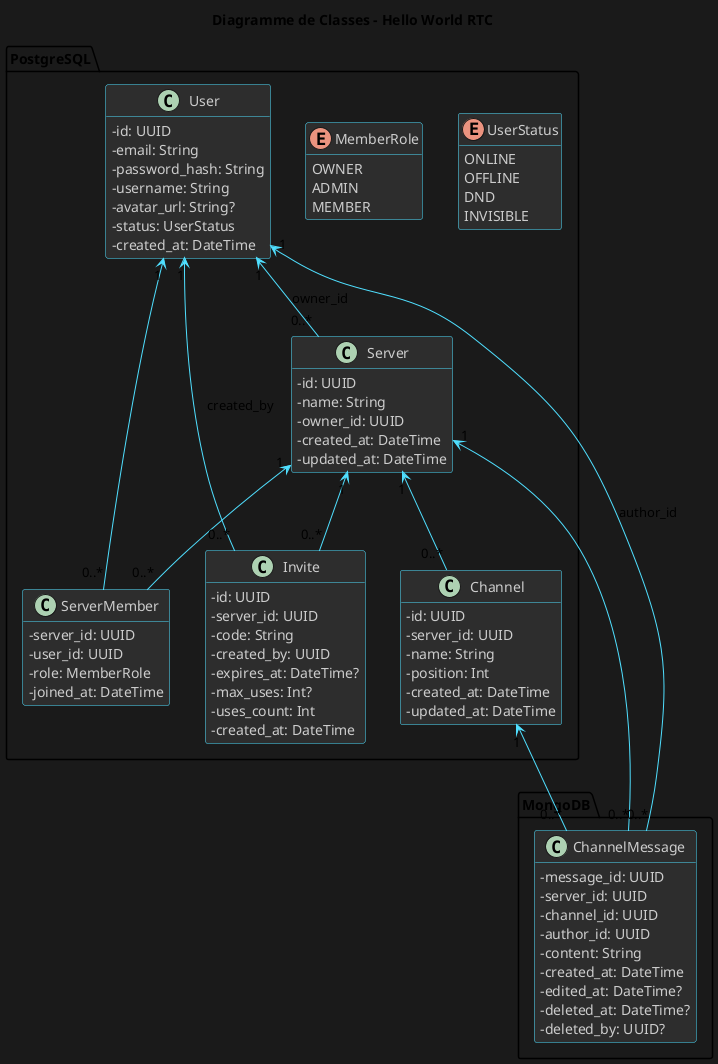
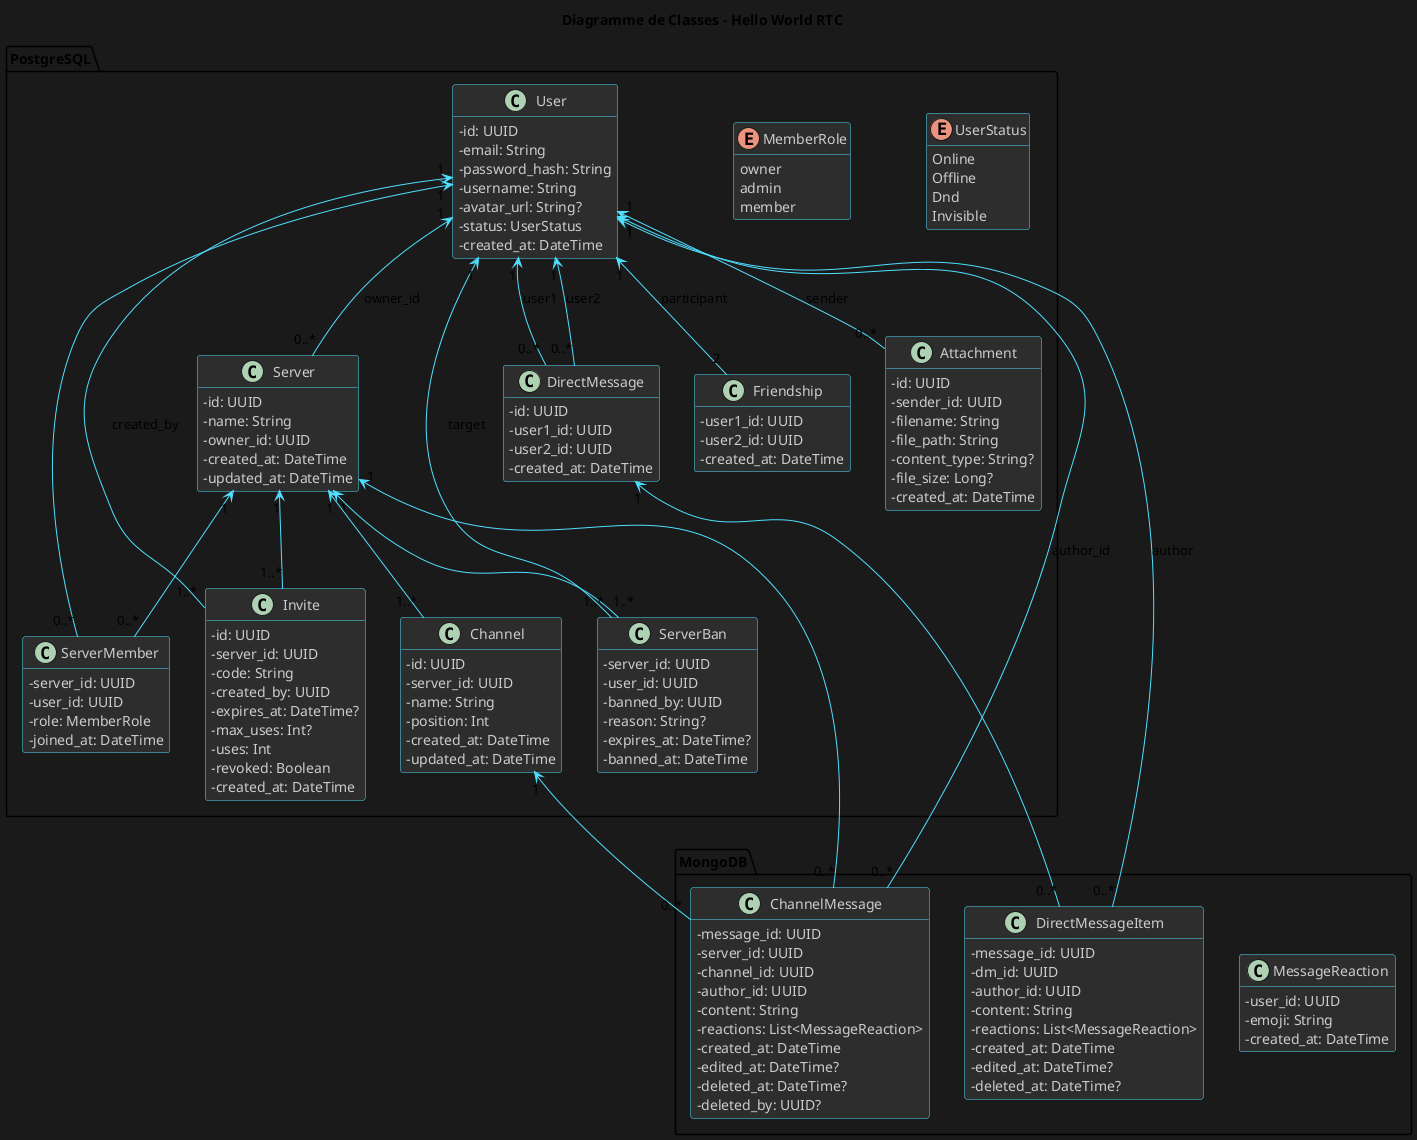
@startuml RTC_Classes
title Diagramme de Classes - Hello World RTC

skinparam classAttributeIconSize 0
skinparam backgroundColor #1a1a1a
skinparam class {
  BackgroundColor #2d2d2d
  BorderColor #4FDFFF
  FontColor #ffffff
  AttributeFontColor #cccccc
}
skinparam enum {
  BackgroundColor #3d3d3d
  BorderColor #FF3333
  FontColor #ffffff
}
skinparam arrow {
  Color #4FDFFF
}
hide empty methods

package "PostgreSQL" {
  enum UserStatus {
-     ONLINE
-     OFFLINE
-     DND
-     INVISIBLE
+     Online
+     Offline
+     Dnd
+     Invisible
  }

  enum MemberRole {
-     OWNER
-     ADMIN
-     MEMBER
+     owner
+     admin
+     member
  }

  class User {
    - id: UUID
    - email: String
    - password_hash: String
    - username: String
    - avatar_url: String?
    - status: UserStatus
    - created_at: DateTime
  }

  class Server {
    - id: UUID
    - name: String
    - owner_id: UUID
    - created_at: DateTime
    - updated_at: DateTime
  }

  class ServerMember {
    - server_id: UUID
    - user_id: UUID
    - role: MemberRole
    - joined_at: DateTime
  }

+   class ServerBan {
+     - server_id: UUID
+     - user_id: UUID
+     - banned_by: UUID
+     - reason: String?
+     - expires_at: DateTime?
+     - banned_at: DateTime
+   }
+ 
  class Channel {
    - id: UUID
    - server_id: UUID
    - name: String
    - position: Int
    - created_at: DateTime
    - updated_at: DateTime
  }

  class Invite {
    - id: UUID
    - server_id: UUID
    - code: String
    - created_by: UUID
    - expires_at: DateTime?
    - max_uses: Int?
-     - uses_count: Int
+     - uses: Int
+     - revoked: Boolean
+     - created_at: DateTime
+   }
+ 
+   class DirectMessage {
+     - id: UUID
+     - user1_id: UUID
+     - user2_id: UUID
+     - created_at: DateTime
+   }
+ 
+   class Friendship {
+     - user1_id: UUID
+     - user2_id: UUID
+     - created_at: DateTime
+   }
+ 
+   class Attachment {
+     - id: UUID
+     - sender_id: UUID
+     - filename: String
+     - file_path: String
+     - content_type: String?
+     - file_size: Long?
    - created_at: DateTime
  }
}

package "MongoDB" {
+   class MessageReaction {
+     - user_id: UUID
+     - emoji: String
+     - created_at: DateTime
+   }
+ 
  class ChannelMessage {
    - message_id: UUID
    - server_id: UUID
    - channel_id: UUID
    - author_id: UUID
    - content: String
+     - reactions: List<MessageReaction>
    - created_at: DateTime
    - edited_at: DateTime?
    - deleted_at: DateTime?
    - deleted_by: UUID?
+   }
+ 
+   class DirectMessageItem {
+     - message_id: UUID
+     - dm_id: UUID
+     - author_id: UUID
+     - content: String
+     - reactions: List<MessageReaction>
+     - created_at: DateTime
+     - edited_at: DateTime?
+     - deleted_at: DateTime?
  }
}

' ====== RELATIONS ======
User "1" <-- "0..*" Server : owner_id
User "1" <-- "0..*" ServerMember
Server "1" <-- "0..*" ServerMember
- Server "1" <-- "0..*" Channel
- Server "1" <-- "0..*" Invite
- User "1" <-- "0..*" Invite : created_by
+ Server "1" <-- "1..*" ServerBan
+ User "1" <-- "1..*" ServerBan : target
+ Server "1" <-- "1..*" Channel
+ Server "1" <-- "1..*" Invite
+ User "1" <-- "1..*" Invite : created_by
Channel "1" <-- "0..*" ChannelMessage
Server "1" <-- "0..*" ChannelMessage
User "1" <-- "0..*" ChannelMessage : author_id

+ User "1" <-- "0..*" DirectMessage : user1
+ User "1" <-- "0..*" DirectMessage : user2
+ DirectMessage "1" <-- "0..*" DirectMessageItem
+ User "1" <-- "0..*" DirectMessageItem : author
+ User "1" <-- "2" Friendship : participant
+ User "1" <-- "0..*" Attachment : sender
@enduml
